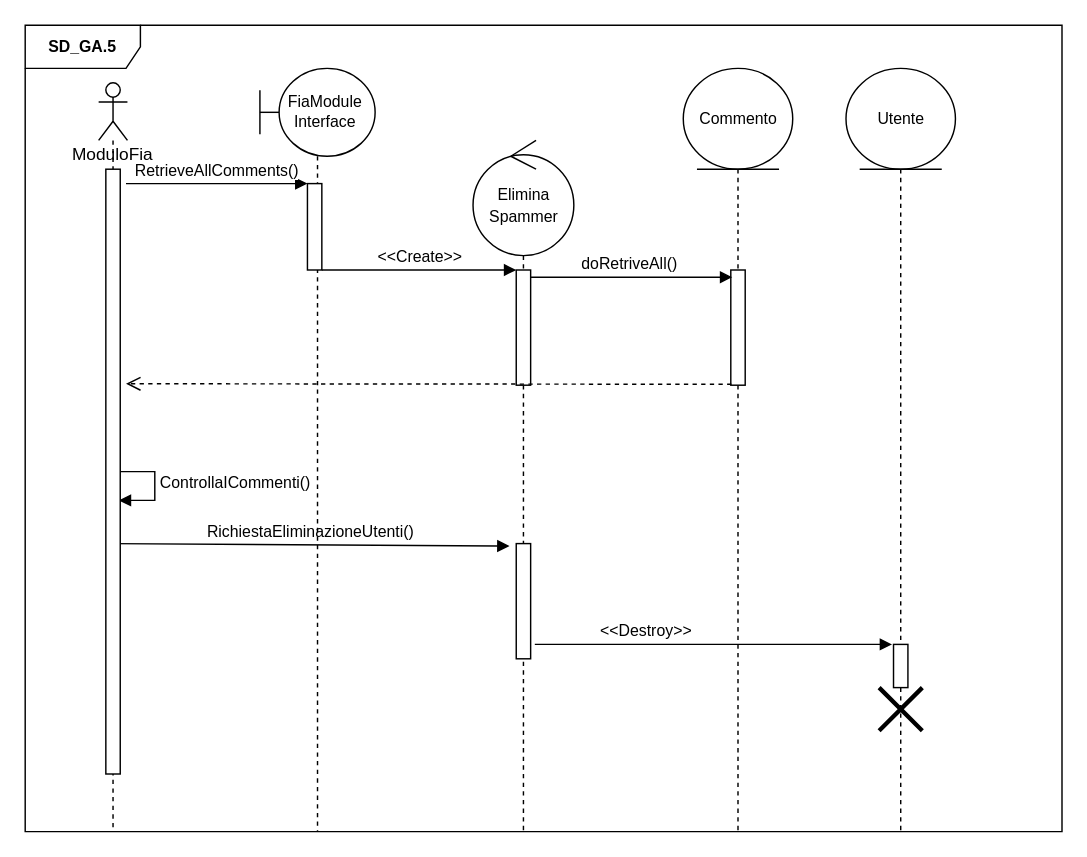
The draw.io diagram page "SD_UC_GA.5" (1 of 4) of Schemi/RAD/SequenceDiagrams.drawio in EmmanuelEngineer/E.M.A.A., before the edit. Source tidied: cells renumbered, new cells numbered last; positions are measured from the earlier drawing's top-left corner, leaving out a move shared by most shapes. Both pictures are drawn from the tidied source at 144%, with x=0, y=0 at pixel (24, 24).
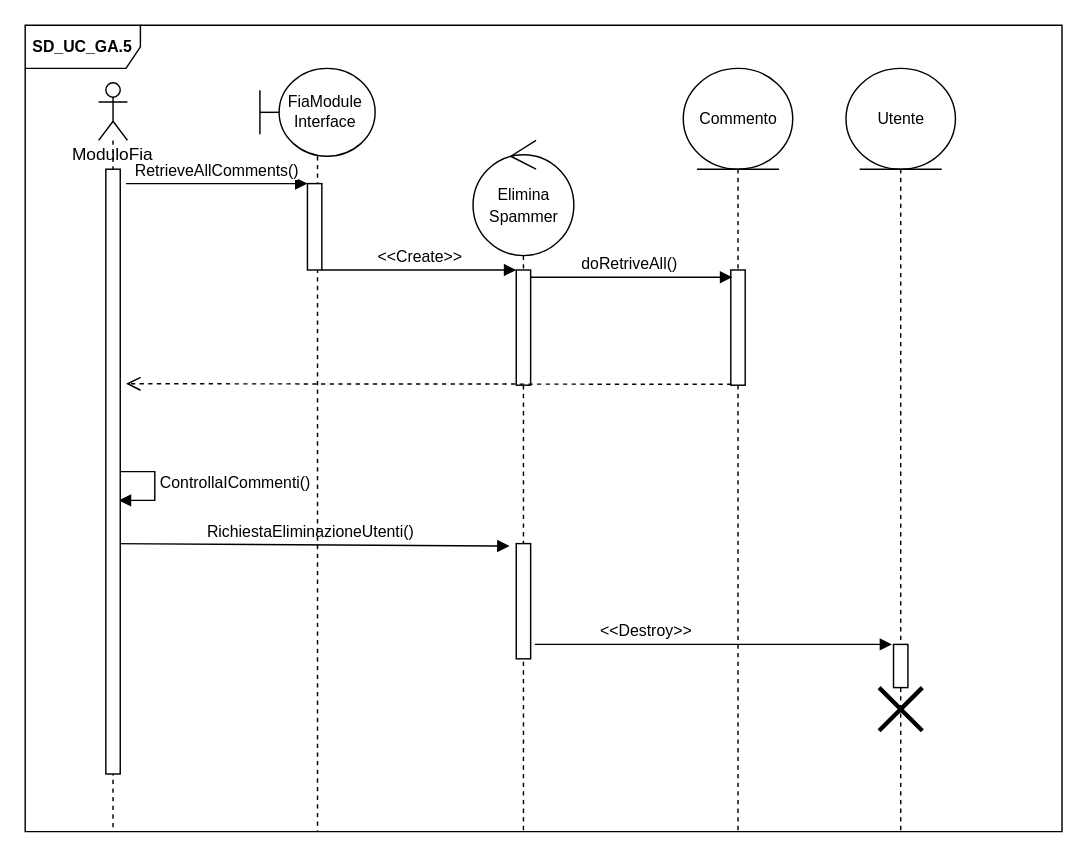
The same diagram, later.

The edit, as a diff of the source:
```diff
@@
-    <mxCell id="2" value="&lt;font style=&quot;font-size: 11px&quot;&gt;&lt;b&gt;SD_GA.5&lt;/b&gt;&lt;/font&gt;" style="shape=umlFrame;whiteSpace=wrap;html=1;width=80;height=30;" parent="1" vertex="1">
+    <mxCell id="2" value="&lt;font style=&quot;font-size: 11px&quot;&gt;&lt;b&gt;SD_UC_GA.5&lt;/b&gt;&lt;/font&gt;" style="shape=umlFrame;whiteSpace=wrap;html=1;width=80;height=30;" parent="1" vertex="1">
       <mxGeometry width="720" height="560" as="geometry" />
     </mxCell>
```
